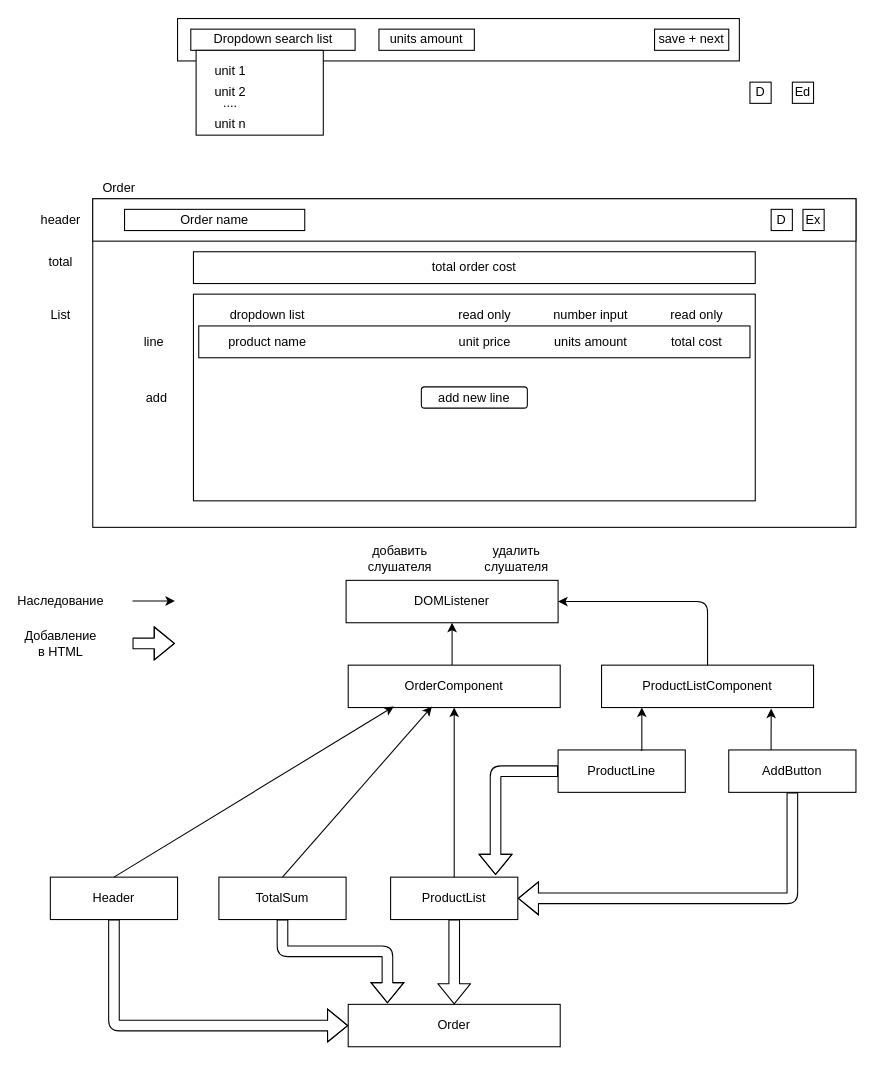
The draw.io diagram CalculatorLayout.drawio in PavelMikh/GoodsCostCalculator, before the edit. Source tidied: cells renumbered, new cells numbered last; positions are measured from the earlier drawing's top-left corner, leaving out a move shared by most shapes. Both pictures are drawn from the tidied source at 106%, with x=0, y=0 at pixel (23, 18).
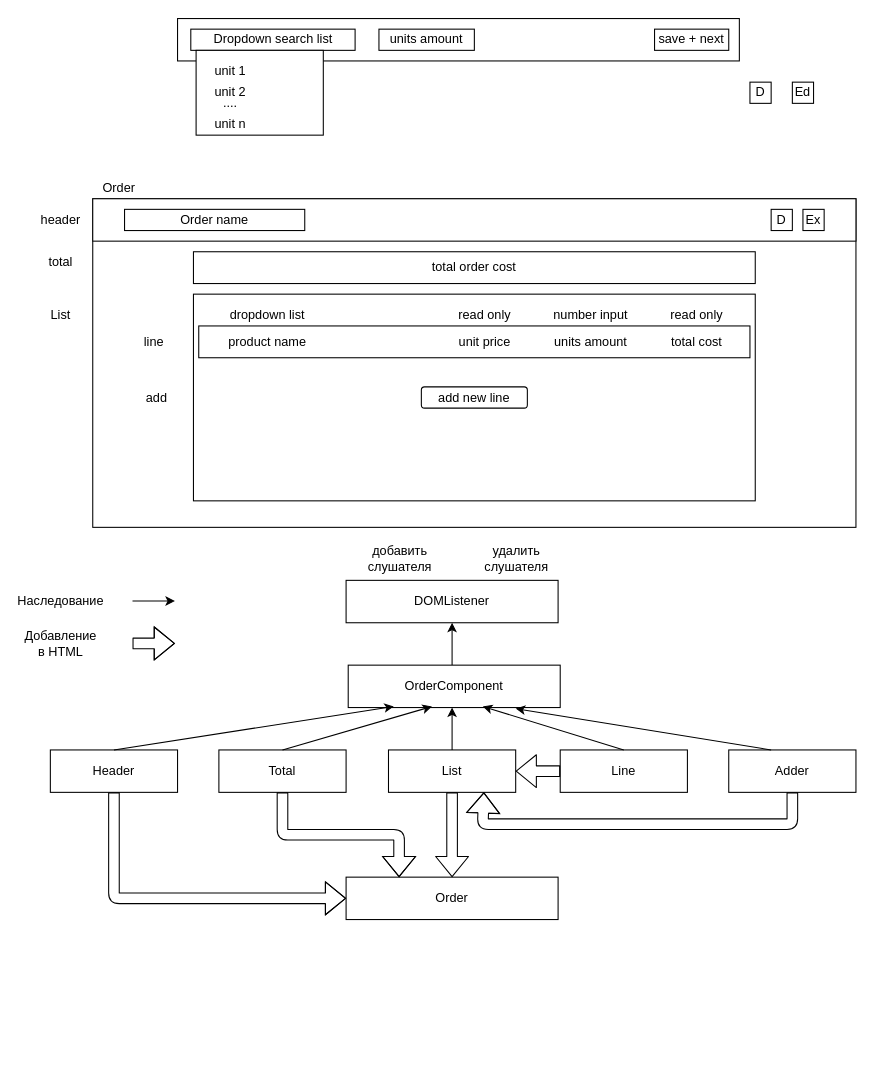
Above is the later version.

The change refers to these unchanged cells:
```xml
<mxCell id="25" value="DOMListener" style="rounded=0;whiteSpace=wrap;html=1;" parent="1" vertex="1">
  <mxGeometry x="304" y="530" width="200" height="40" as="geometry" />
</mxCell>
<mxCell id="27" value="OrderComponent" style="rounded=0;whiteSpace=wrap;html=1;" parent="1" vertex="1">
  <mxGeometry x="306" y="610" width="200" height="40" as="geometry" />
</mxCell>
```

What changed in the source:
```diff
@@
     <mxCell id="28" value="Header" style="rounded=0;whiteSpace=wrap;html=1;" parent="1" vertex="1">
-      <mxGeometry x="25" y="810" width="120" height="40" as="geometry" />
+      <mxGeometry x="25" y="690" width="120" height="40" as="geometry" />
     </mxCell>
-    <mxCell id="29" value="ProductList" style="rounded=0;whiteSpace=wrap;html=1;" parent="1" vertex="1">
-      <mxGeometry x="346" y="810" width="120" height="40" as="geometry" />
+    <mxCell id="29" value="List" style="rounded=0;whiteSpace=wrap;html=1;" parent="1" vertex="1">
+      <mxGeometry x="344" y="690" width="120" height="40" as="geometry" />
     </mxCell>
-    <mxCell id="30" value="AddButton" style="rounded=0;whiteSpace=wrap;html=1;" parent="1" vertex="1">
+    <mxCell id="30" value="Adder" style="rounded=0;whiteSpace=wrap;html=1;" parent="1" vertex="1">
       <mxGeometry x="665" y="690" width="120" height="40" as="geometry" />
     </mxCell>
-    <mxCell id="31" value="TotalSum" style="rounded=0;whiteSpace=wrap;html=1;" parent="1" vertex="1">
-      <mxGeometry x="184" y="810" width="120" height="40" as="geometry" />
+    <mxCell id="31" value="Total" style="rounded=0;whiteSpace=wrap;html=1;" parent="1" vertex="1">
+      <mxGeometry x="184" y="690" width="120" height="40" as="geometry" />
     </mxCell>
     <mxCell id="32" value="Order" style="rounded=0;whiteSpace=wrap;html=1;" parent="1" vertex="1">
-      <mxGeometry x="306" y="930" width="200" height="40" as="geometry" />
+      <mxGeometry x="304" y="810" width="200" height="40" as="geometry" />
     </mxCell>
@@
-    <mxCell id="35" value="ProductLine" style="rounded=0;whiteSpace=wrap;html=1;" parent="1" vertex="1">
-      <mxGeometry x="504" y="690" width="120" height="40" as="geometry" />
+    <mxCell id="35" value="Line" style="rounded=0;whiteSpace=wrap;html=1;" parent="1" vertex="1">
+      <mxGeometry x="506" y="690" width="120" height="40" as="geometry" />
     </mxCell>
-    <mxCell id="36" style="edgeStyle=none;jettySize=auto;html=1;entryX=0.5;entryY=1;entryDx=0;entryDy=0;exitX=0.5;exitY=0;exitDx=0;exitDy=0;" parent="1" edge="1" source="29" target="27">
-      <mxGeometry relative="1" as="geometry" />
+    <mxCell id="36" style="edgeStyle=none;jettySize=auto;html=1;exitX=0.5;exitY=0;exitDx=0;exitDy=0;" parent="1" edge="1" source="29">
+      <mxGeometry relative="1" as="geometry">
+        <mxPoint x="404" y="650" as="targetPoint" />
+      </mxGeometry>
     </mxCell>
@@
-    <mxCell id="49" value="ProductListComponent" style="rounded=0;whiteSpace=wrap;html=1;" parent="1" vertex="1">
-      <mxGeometry x="545" y="610" width="200" height="40" as="geometry" />
-    </mxCell>
@@
-    <mxCell id="52" style="endArrow=classic;html=1;exitX=0.333;exitY=0;exitDx=0;exitDy=0;exitPerimeter=0;entryX=0.8;entryY=1.025;entryDx=0;entryDy=0;entryPerimeter=0;" parent="1" edge="1" source="30" target="49">
+    <mxCell id="52" style="endArrow=classic;html=1;exitX=0.333;exitY=0;exitDx=0;exitDy=0;exitPerimeter=0;entryX=0.79;entryY=1.025;entryDx=0;entryDy=0;entryPerimeter=0;" parent="1" edge="1" source="30" target="27">
       <mxGeometry relative="1" as="geometry" />
     </mxCell>
-    <mxCell id="53" style="endArrow=classic;html=1;" parent="1" edge="1">
-      <mxGeometry relative="1" as="geometry">
-        <mxPoint x="583" y="691" as="sourcePoint" />
-        <mxPoint x="583" y="650" as="targetPoint" />
-      </mxGeometry>
+    <mxCell id="53" style="endArrow=classic;html=1;exitX=0.5;exitY=0;exitDx=0;exitDy=0;entryX=0.635;entryY=0.975;entryDx=0;entryDy=0;entryPerimeter=0;" parent="1" edge="1" source="35" target="27">
+      <mxGeometry relative="1" as="geometry" />
     </mxCell>
@@
+    <mxCell id="60" style="shape=flexArrow;endArrow=classic;html=1;exitX=0.5;exitY=1;exitDx=0;exitDy=0;entryX=0;entryY=0.5;entryDx=0;entryDy=0;" parent="1" edge="1" source="28" target="32">
+      <mxGeometry relative="1" as="geometry">
+        <Array as="points">
+          <mxPoint x="85" y="830" />
+        </Array>
+      </mxGeometry>
+    </mxCell>
+    <mxCell id="61" style="shape=flexArrow;endArrow=classic;html=1;" parent="1" edge="1">
+      <mxGeometry relative="1" as="geometry">
+        <mxPoint x="102.5" y="589.5" as="sourcePoint" />
+        <mxPoint x="142.5" y="589.5" as="targetPoint" />
+        <Array as="points">
+          <mxPoint x="122.5" y="589.5" />
+        </Array>
+      </mxGeometry>
+    </mxCell>
-    <mxCell id="58" style="shape=flexArrow;endArrow=classic;html=1;exitX=0;exitY=0.5;exitDx=0;exitDy=0;entryX=0.825;entryY=-0.05;entryDx=0;entryDy=0;entryPerimeter=0;" parent="1" edge="1" source="35" target="29">
-      <mxGeometry relative="1" as="geometry">
-        <Array as="points">
-          <mxPoint x="445" y="710" />
-        </Array>
-      </mxGeometry>
+    <mxCell id="58" style="shape=flexArrow;endArrow=classic;html=1;entryX=1;entryY=0.5;entryDx=0;entryDy=0;exitX=0;exitY=0.5;exitDx=0;exitDy=0;" parent="1" edge="1" source="35" target="29">
+      <mxGeometry relative="1" as="geometry" />
     </mxCell>
-    <mxCell id="59" style="shape=flexArrow;endArrow=classic;html=1;entryX=1;entryY=0.5;entryDx=0;entryDy=0;exitX=0.5;exitY=1;exitDx=0;exitDy=0;" parent="1" edge="1" source="30" target="29">
+    <mxCell id="59" style="shape=flexArrow;endArrow=classic;html=1;exitX=0.5;exitY=1;exitDx=0;exitDy=0;entryX=0.75;entryY=1;entryDx=0;entryDy=0;" parent="1" edge="1" source="30" target="29">
       <mxGeometry relative="1" as="geometry">
         <Array as="points">
-          <mxPoint x="725" y="830" />
+          <mxPoint x="725" y="760" />
+          <mxPoint x="433" y="760" />
         </Array>
       </mxGeometry>
     </mxCell>
-    <mxCell id="60" style="shape=flexArrow;endArrow=classic;html=1;exitX=0.5;exitY=1;exitDx=0;exitDy=0;entryX=0;entryY=0.5;entryDx=0;entryDy=0;" parent="1" edge="1" source="28" target="32">
-      <mxGeometry relative="1" as="geometry">
-        <Array as="points">
-          <mxPoint x="85" y="950" />
-        </Array>
-      </mxGeometry>
-    </mxCell>
-    <mxCell id="61" style="shape=flexArrow;endArrow=classic;html=1;" parent="1" edge="1">
-      <mxGeometry relative="1" as="geometry">
-        <mxPoint x="102.5" y="589.5" as="sourcePoint" />
-        <mxPoint x="142.5" y="589.5" as="targetPoint" />
-        <Array as="points">
-          <mxPoint x="122.5" y="589.5" />
-        </Array>
-      </mxGeometry>
-    </mxCell>
-    <mxCell id="62" style="endArrow=classic;html=1;exitX=0.5;exitY=0;exitDx=0;exitDy=0;entryX=1;entryY=0.5;entryDx=0;entryDy=0;" parent="1" edge="1" source="49" target="25">
-      <mxGeometry relative="1" as="geometry">
-        <Array as="points">
-          <mxPoint x="645" y="550" />
-        </Array>
-      </mxGeometry>
-    </mxCell>
-    <mxCell id="63" style="shape=flexArrow;endArrow=classic;html=1;exitX=0.5;exitY=1;exitDx=0;exitDy=0;entryX=0.185;entryY=-0.025;entryDx=0;entryDy=0;entryPerimeter=0;" parent="1" edge="1" source="31" target="32">
+    <mxCell id="63" style="shape=flexArrow;endArrow=classic;html=1;exitX=0.5;exitY=1;exitDx=0;exitDy=0;entryX=0.25;entryY=0;entryDx=0;entryDy=0;" parent="1" edge="1" source="31" target="32">
       <mxGeometry relative="1" as="geometry">
         <Array as="points">
-          <mxPoint x="244" y="880" />
-          <mxPoint x="343" y="880" />
+          <mxPoint x="244" y="770" />
+          <mxPoint x="354" y="770" />
         </Array>
       </mxGeometry>
     </mxCell>
```
